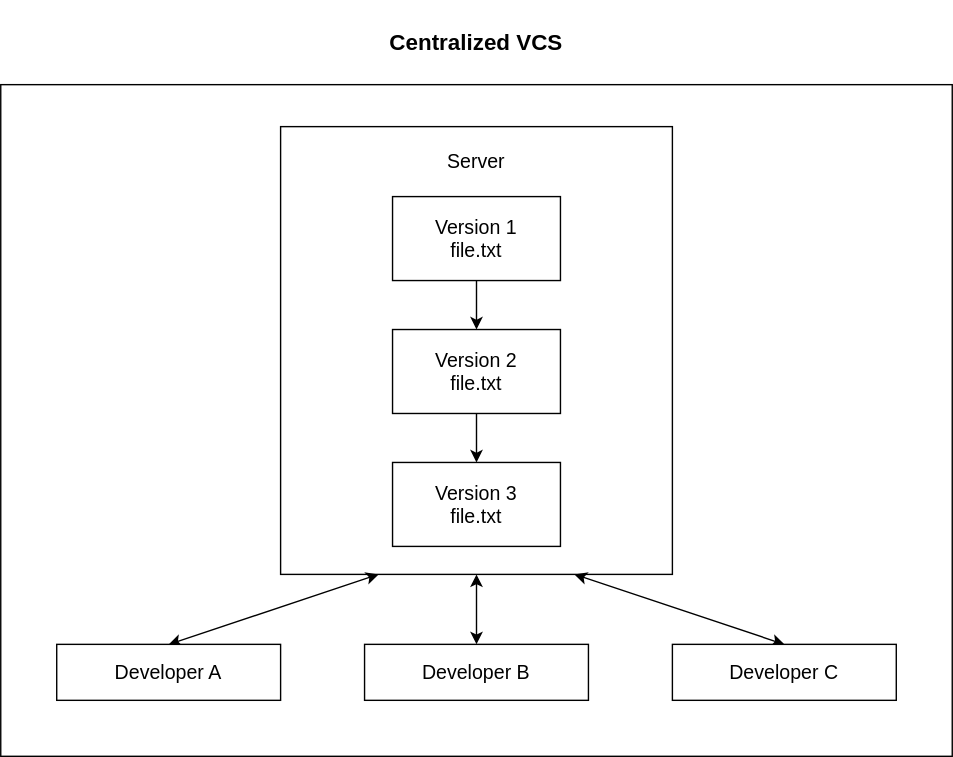
thomas-rasmussen/git-tutorial keeps this draw.io diagram as diagrams/centralized-vcs.svg. Above is the earlier version. Source tidied: cells renumbered, new cells last; positions are measured from the earlier drawing's top-left corner, leaving out a move shared by most shapes. Source of this version:
```xml
<mxGraphModel>
  <root>
    <mxCell id="0" />
    <mxCell id="1" parent="0" />
    <mxCell id="2" style="rounded=0;whiteSpace=wrap;html=1;" parent="1" vertex="1">
      <mxGeometry y="60" width="680" height="480" as="geometry" />
    </mxCell>
    <mxCell id="3" style="rounded=0;whiteSpace=wrap;html=1;" parent="1" vertex="1">
      <mxGeometry x="200" y="90" width="280" height="320" as="geometry" />
    </mxCell>
    <mxCell id="4" value="Server" style="rounded=0;whiteSpace=wrap;html=1;strokeColor=none;fontSize=14;" parent="1" vertex="1">
      <mxGeometry x="260" y="100" width="160" height="30" as="geometry" />
    </mxCell>
    <mxCell id="5" style="edgeStyle=orthogonalEdgeStyle;rounded=0;jettySize=auto;html=1;" parent="1" edge="1" source="6" target="9">
      <mxGeometry relative="1" as="geometry" />
    </mxCell>
    <mxCell id="6" value="Version 1&lt;div&gt;file.txt&lt;/div&gt;" style="rounded=0;whiteSpace=wrap;html=1;fontSize=14;" parent="1" vertex="1">
      <mxGeometry x="280" y="140" width="120" height="60" as="geometry" />
    </mxCell>
    <mxCell id="7" value="Version 3&lt;div&gt;file.txt&lt;/div&gt;" style="rounded=0;whiteSpace=wrap;html=1;fontSize=14;" parent="1" vertex="1">
      <mxGeometry x="280" y="330" width="120" height="60" as="geometry" />
    </mxCell>
    <mxCell id="8" style="edgeStyle=orthogonalEdgeStyle;rounded=0;jettySize=auto;html=1;" parent="1" edge="1" source="9" target="7">
      <mxGeometry relative="1" as="geometry" />
    </mxCell>
    <mxCell id="9" value="Version 2&lt;div&gt;file.txt&lt;/div&gt;" style="rounded=0;whiteSpace=wrap;html=1;fontSize=14;" parent="1" vertex="1">
      <mxGeometry x="280" y="235" width="120" height="60" as="geometry" />
    </mxCell>
    <mxCell id="10" style="rounded=0;jettySize=auto;html=1;entryX=0.25;entryY=1;entryDx=0;entryDy=0;exitX=0.5;exitY=0;exitDx=0;exitDy=0;startArrow=classic;startFill=1;" parent="1" edge="1" source="11" target="3">
      <mxGeometry relative="1" as="geometry" />
    </mxCell>
    <mxCell id="11" value="Developer A" style="rounded=0;whiteSpace=wrap;html=1;fontSize=14;" parent="1" vertex="1">
      <mxGeometry x="40" y="460" width="160" height="40" as="geometry" />
    </mxCell>
    <mxCell id="12" style="edgeStyle=orthogonalEdgeStyle;rounded=0;jettySize=auto;html=1;entryX=0.5;entryY=1;entryDx=0;entryDy=0;startArrow=classic;startFill=1;" parent="1" edge="1" source="13" target="3">
      <mxGeometry relative="1" as="geometry" />
    </mxCell>
    <mxCell id="13" value="Developer B" style="rounded=0;whiteSpace=wrap;html=1;fontSize=14;" parent="1" vertex="1">
      <mxGeometry x="260" y="460" width="160" height="40" as="geometry" />
    </mxCell>
    <mxCell id="14" style="rounded=0;jettySize=auto;html=1;entryX=0.75;entryY=1;entryDx=0;entryDy=0;exitX=0.5;exitY=0;exitDx=0;exitDy=0;strokeColor=default;endArrow=classic;endFill=1;startArrow=classic;startFill=1;" parent="1" edge="1" source="15" target="3">
      <mxGeometry relative="1" as="geometry" />
    </mxCell>
    <mxCell id="15" value="Developer C" style="rounded=0;whiteSpace=wrap;html=1;fontSize=14;" parent="1" vertex="1">
      <mxGeometry x="480" y="460" width="160" height="40" as="geometry" />
    </mxCell>
    <mxCell id="16" value="Centralized VCS" style="rounded=0;whiteSpace=wrap;html=1;fontSize=16;fontStyle=1;strokeColor=none;fillColor=none;" parent="1" vertex="1">
      <mxGeometry width="680" height="60" as="geometry" />
    </mxCell>
  </root>
</mxGraphModel>
```
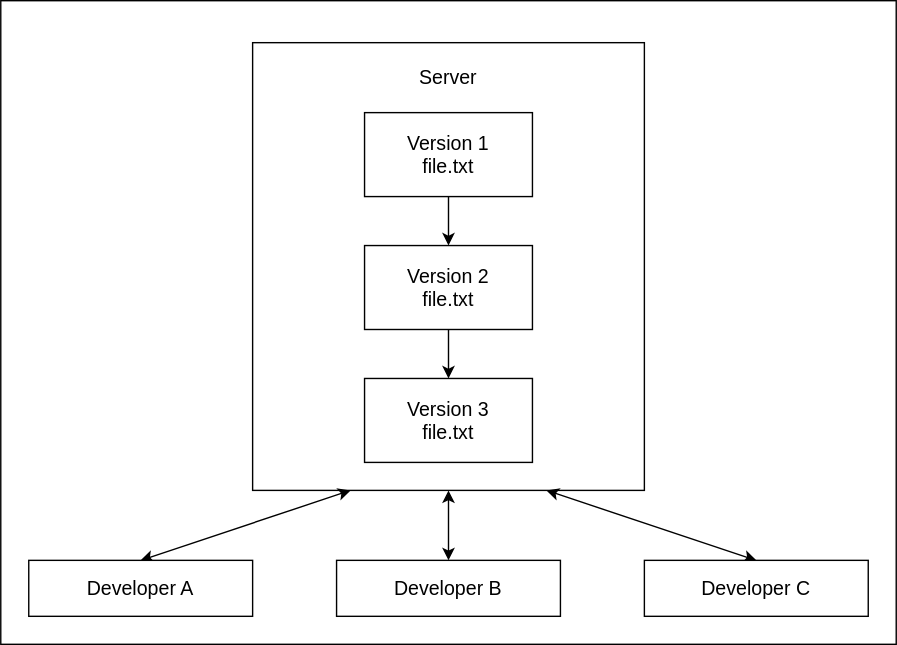
Later version of the same file.

What changed in the source:
```diff
@@ -3,7 +3,7 @@
     <mxCell id="0" />
     <mxCell id="1" parent="0" />
     <mxCell id="2" style="rounded=0;whiteSpace=wrap;html=1;" parent="1" vertex="1">
-      <mxGeometry y="60" width="680" height="480" as="geometry" />
+      <mxGeometry x="20" y="60" width="640" height="460" as="geometry" />
     </mxCell>
     <mxCell id="3" style="rounded=0;whiteSpace=wrap;html=1;" parent="1" vertex="1">
       <mxGeometry x="200" y="90" width="280" height="320" as="geometry" />
@@ -44,8 +44,5 @@
     <mxCell id="15" value="Developer C" style="rounded=0;whiteSpace=wrap;html=1;fontSize=14;" parent="1" vertex="1">
       <mxGeometry x="480" y="460" width="160" height="40" as="geometry" />
     </mxCell>
-    <mxCell id="16" value="Centralized VCS" style="rounded=0;whiteSpace=wrap;html=1;fontSize=16;fontStyle=1;strokeColor=none;fillColor=none;" parent="1" vertex="1">
-      <mxGeometry width="680" height="60" as="geometry" />
-    </mxCell>
   </root>
 </mxGraphModel>
```
